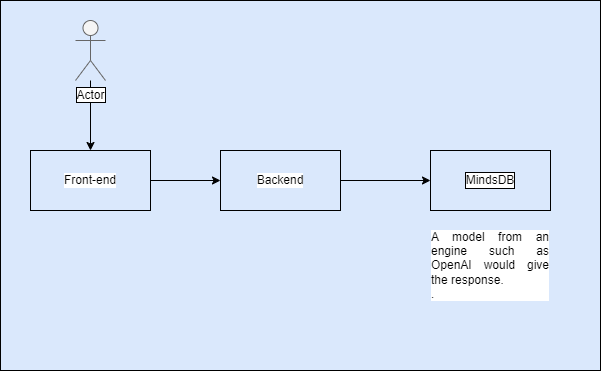
The draw.io diagram high_level_diagram.drawio.png in SebastianJames55/mind-reader, before a commit. Source tidied: cells renumbered, new cells last; positions are measured from the earlier drawing's top-left corner, leaving out a move shared by most shapes.
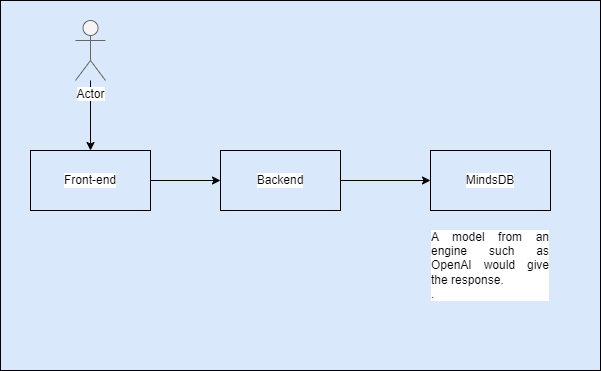
After the commit.

Change to the diagram source:
```diff
@@ -14,7 +14,7 @@
     <mxCell id="5" style="edgeStyle=orthogonalEdgeStyle;rounded=0;jettySize=auto;html=1;fontColor=#E6D0DE;fillColor=none;" parent="1" edge="1" source="6" target="4">
       <mxGeometry relative="1" as="geometry" />
     </mxCell>
-    <mxCell id="6" value="&lt;font style=&quot;background-color: rgb(255, 255, 255);&quot; color=&quot;#000000&quot;&gt;Actor&lt;/font&gt;" style="shape=umlActor;verticalLabelPosition=bottom;verticalAlign=top;html=1;outlineConnect=0;fillStyle=solid;fillColor=#f5f5f5;fontColor=#FFFFFF;strokeColor=#666666;labelBackgroundColor=default;labelBorderColor=default;" parent="1" vertex="1">
+    <mxCell id="6" value="&lt;font style=&quot;&quot;&gt;Actor&lt;/font&gt;" style="shape=umlActor;verticalLabelPosition=bottom;verticalAlign=top;html=1;outlineConnect=0;fillStyle=solid;fillColor=#f5f5f5;fontColor=#000000;strokeColor=#666666;labelBackgroundColor=#FFFFFF;labelBorderColor=none;" parent="1" vertex="1">
       <mxGeometry x="75" y="20" width="30" height="60" as="geometry" />
     </mxCell>
     <mxCell id="7" style="edgeStyle=orthogonalEdgeStyle;rounded=0;jettySize=auto;html=1;fontColor=#E6D0DE;fillColor=none;" parent="1" edge="1" source="8" target="9">
@@ -23,7 +23,7 @@
     <mxCell id="8" value="Backend" style="rounded=0;whiteSpace=wrap;html=1;fillColor=none;labelBackgroundColor=default;" parent="1" vertex="1">
       <mxGeometry x="220" y="150" width="120" height="60" as="geometry" />
     </mxCell>
-    <mxCell id="9" value="MindsDB" style="rounded=0;whiteSpace=wrap;html=1;fillColor=none;labelBackgroundColor=default;labelBorderColor=default;" parent="1" vertex="1">
+    <mxCell id="9" value="MindsDB" style="rounded=0;whiteSpace=wrap;html=1;fillColor=none;labelBackgroundColor=default;labelBorderColor=none;" parent="1" vertex="1">
       <mxGeometry x="430" y="150" width="120" height="60" as="geometry" />
     </mxCell>
     <mxCell id="10" value="&lt;div style=&quot;text-align: justify;&quot;&gt;A model from an engine such as OpenAI would give the response.&amp;nbsp;&lt;/div&gt;&lt;div style=&quot;text-align: justify;&quot;&gt;&lt;span style=&quot;&quot;&gt;.&lt;/span&gt;&lt;/div&gt;" style="text;align=center;html=1;verticalAlign=middle;whiteSpace=wrap;rounded=0;labelBackgroundColor=default;" parent="1" vertex="1">
```
